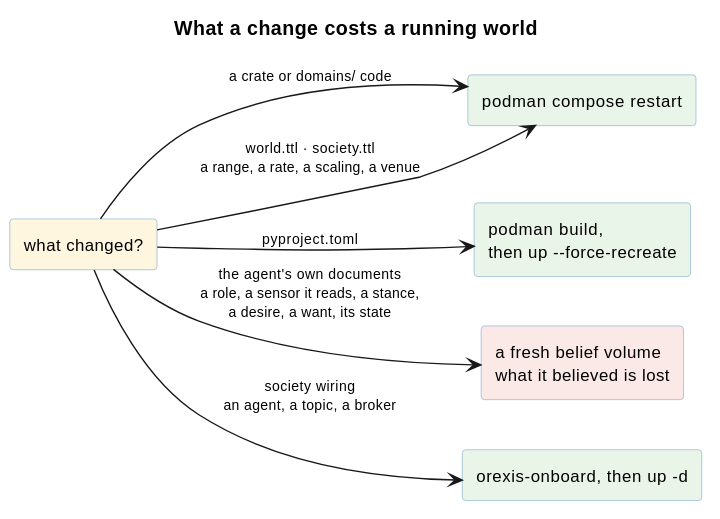
Earlier version of the PlantUML export knowledge/diagrams/runbook-change-costs.svg (ShishkinDmitriy/orexis).
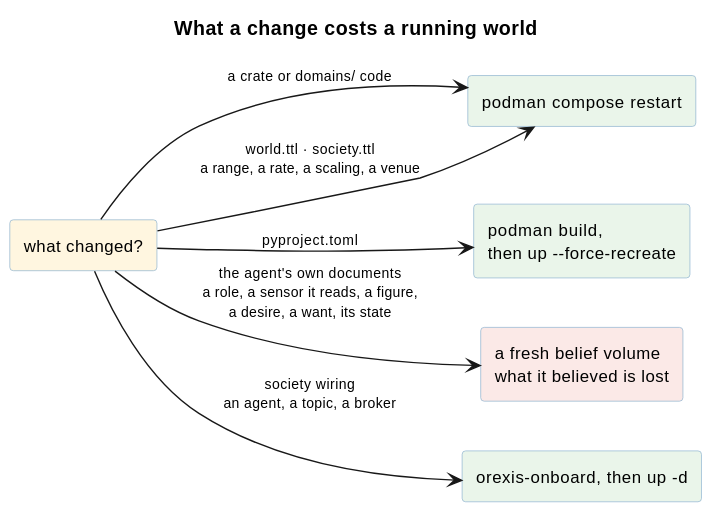
The same file after the commit.

Diff of the diagram source:
```diff
@@ -21,9 +21,9 @@
 rectangle "a fresh belief volume\nwhat it believed is lost" as V #FBE9E7
 rectangle "orexis-onboard, then up -d" as O #EAF5EA
 
-C --> R : agent/ or domains/ code
+C --> R : a crate or domains/ code
 C --> R : world.ttl · society.ttl\na range, a rate, a scaling, a venue
 C --> B : pyproject.toml
-C --> V : the agent's own documents\na role, a sensor it reads, a stance,\na desire, a want, its state
+C --> V : the agent's own documents\na role, a sensor it reads, a figure,\na desire, a want, its state
 C --> O : society wiring\nan agent, a topic, a broker
 @enduml
```
